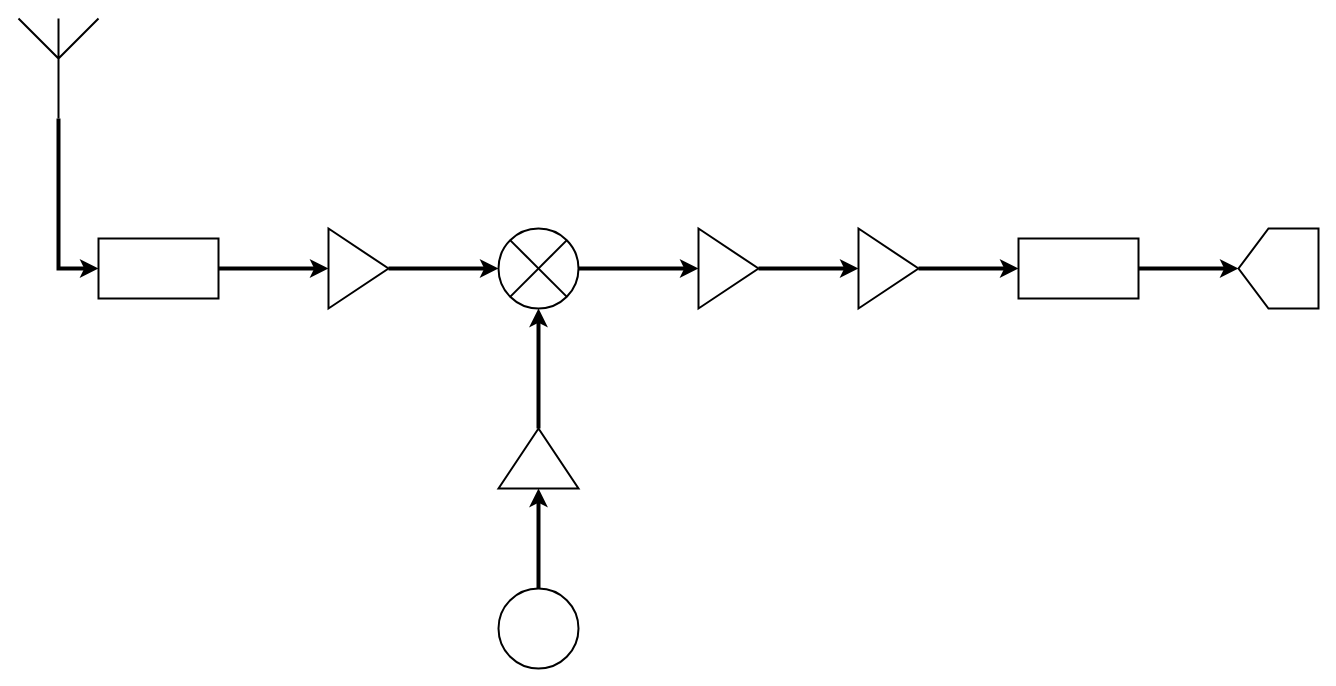
This is Receiver.drawio from chenbin234/MCC125-Wireless-link-project, a draw.io file, before an edit. Source tidied: cells renumbered, new cells numbered last; positions are measured from the earlier drawing's top-left corner, leaving out a move shared by most shapes. Both pictures are drawn from the tidied source at 100%, with x=0, y=0 at pixel (18, 18).
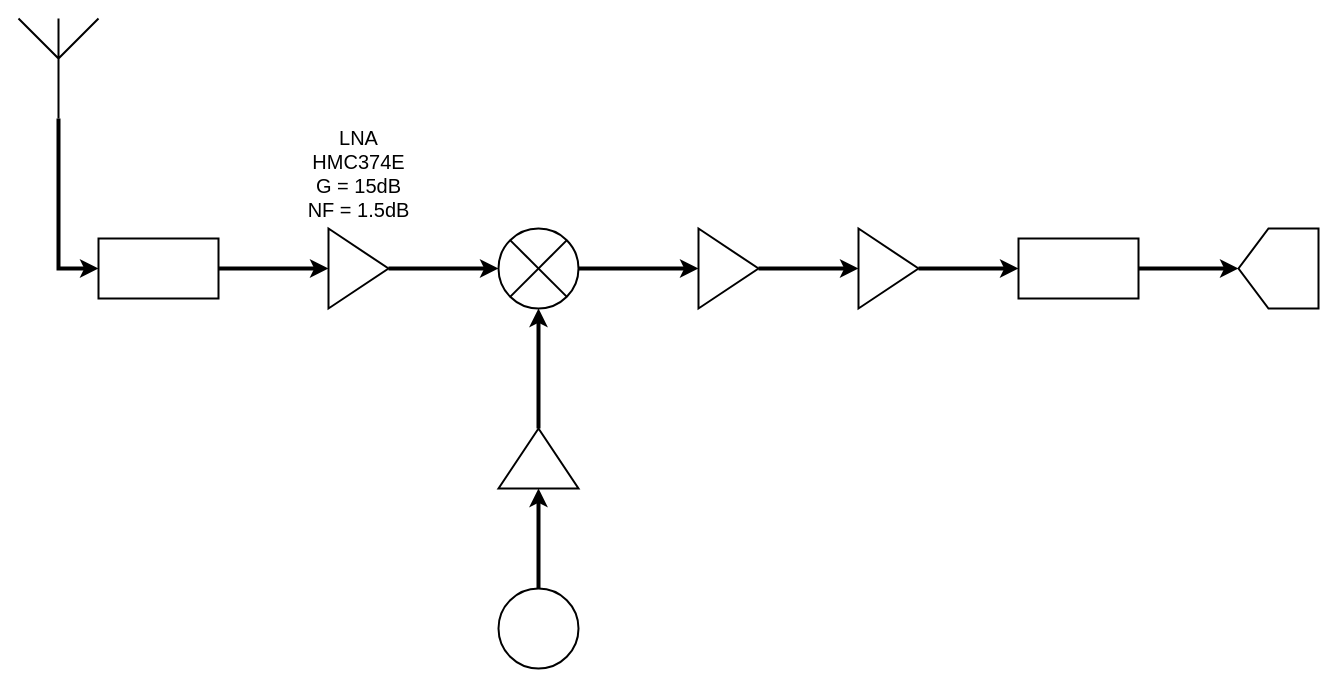
The same page after the edit.

What changed in the source:
```diff
@@
+    <mxCell id="21" value="&lt;font style=&quot;font-size: 20px;&quot;&gt;LNA&lt;br&gt;HMC374E&lt;br&gt;G = 15dB&lt;br&gt;NF = 1.5dB&lt;br&gt;&lt;/font&gt;" style="text;html=1;align=center;verticalAlign=middle;strokeColor=none;fillColor=none;" parent="1" vertex="1">
+      <mxGeometry x="275" y="100" width="130" height="110" as="geometry" />
+    </mxCell>
```
